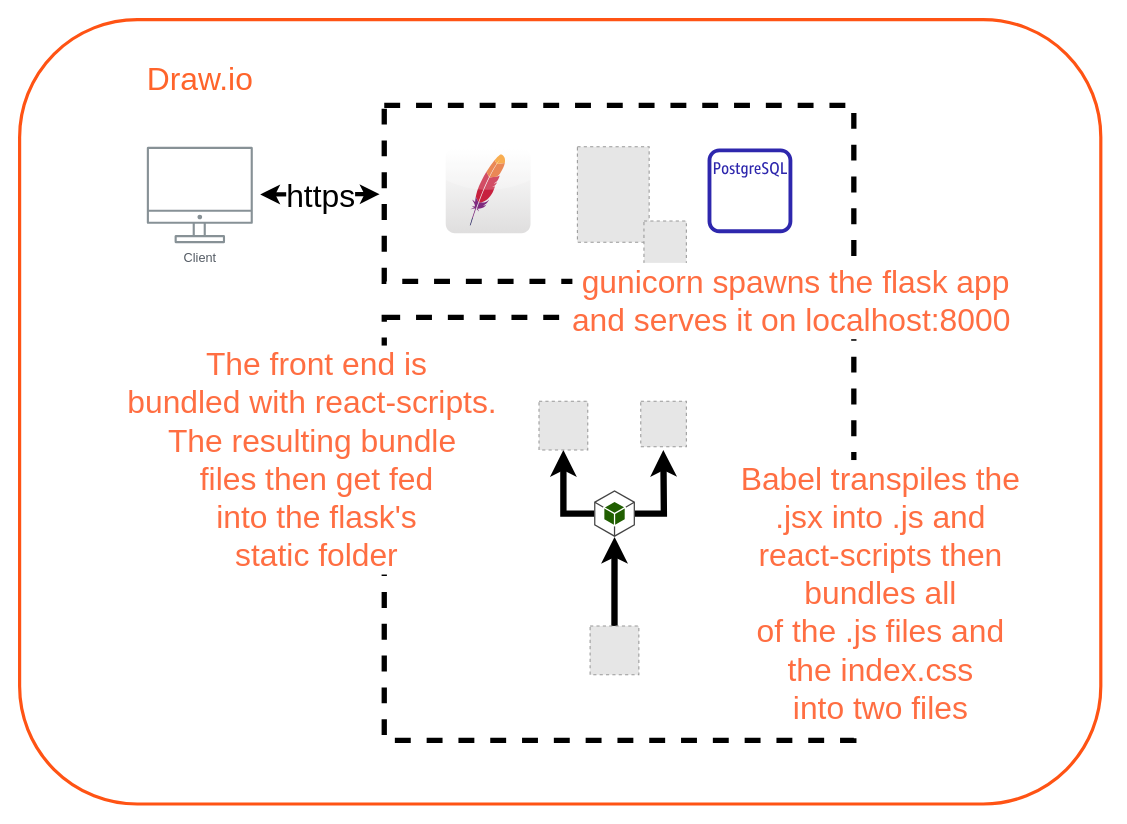
Earlier version of the draw.io diagram arch.drawio (hupratt/mealie). Source tidied: cells renumbered, new cells numbered last; positions are measured from the earlier drawing's top-left corner, leaving out a move shared by most shapes. Both pictures are drawn from the tidied source at 106%, with x=0, y=0 at pixel (19, 19). Pictures stored in the file or linked from it are replaced by grey dashed boxes.
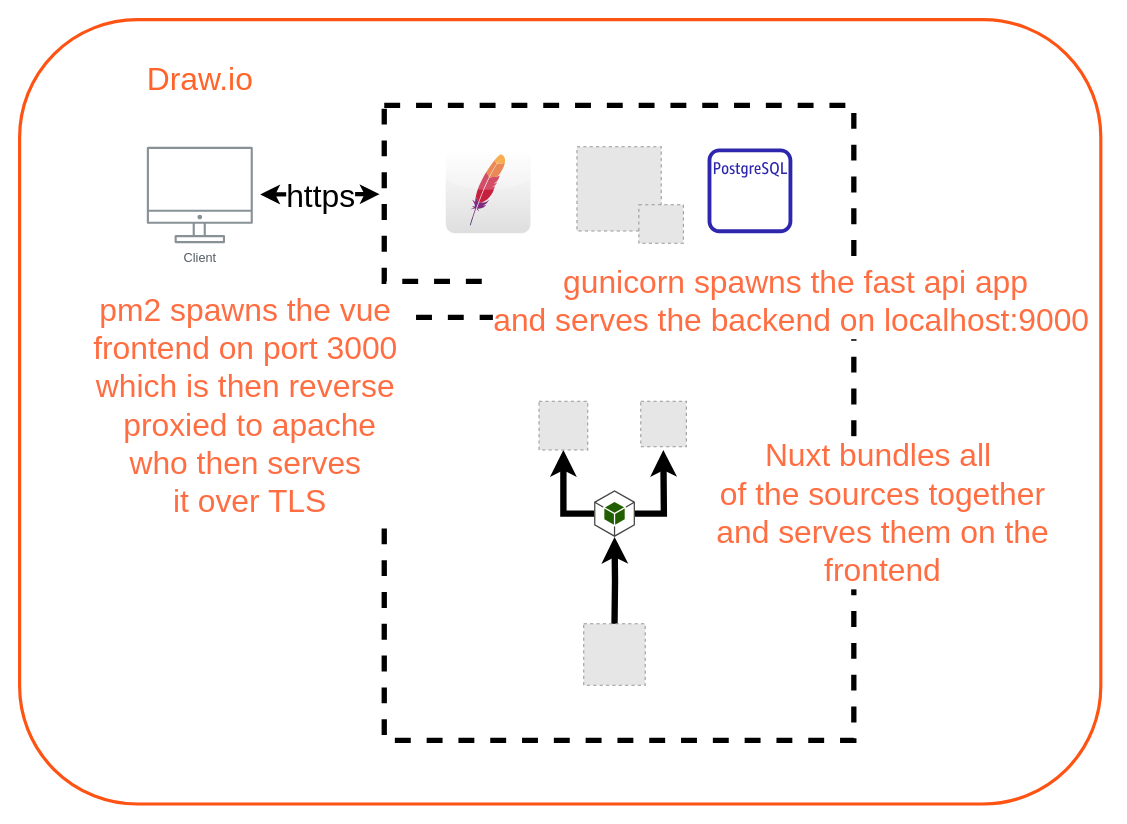
The same page after the edit.

Unchanged cells that the change refers to:
```xml
<mxCell id="14" style="outlineConnect=0;dashed=0;verticalLabelPosition=bottom;verticalAlign=top;align=center;html=1;shape=mxgraph.aws3.android;fillColor=#205E00;gradientColor=none;" parent="1" vertex="1">
  <mxGeometry x="542" y="444" width="38.5" height="44" as="geometry" />
</mxCell>
```

What changed in the source:
```diff
@@
-    <mxCell id="4" style="fillColor=#E6E6E6;strokeColor=#999999;dashed=1;verticalLabelPosition=bottom;labelBackgroundColor=default;verticalAlign=top;" parent="1" vertex="1">
-      <mxGeometry x="526.2" y="120" width="67.7" height="90" as="geometry" />
-    </mxCell>
@@
-    <mxCell id="16" style="edgeStyle=orthogonalEdgeStyle;rounded=0;jettySize=auto;html=1;exitX=0.5;exitY=0;exitDx=0;exitDy=0;entryX=0.5;entryY=1;entryDx=0;entryDy=0;entryPerimeter=0;fontSize=30;fontColor=#FF6E42;strokeWidth=6;" parent="1" edge="1" source="17" target="14">
-      <mxGeometry relative="1" as="geometry" />
+    <mxCell id="16" style="edgeStyle=orthogonalEdgeStyle;rounded=0;jettySize=auto;html=1;exitX=0.5;exitY=0;exitDx=0;exitDy=0;entryX=0.5;entryY=1;entryDx=0;entryDy=0;entryPerimeter=0;fontSize=30;fontColor=#FF6E42;strokeWidth=6;" parent="1" edge="1" target="14">
+      <mxGeometry relative="1" as="geometry">
+        <mxPoint x="561.2" y="572" as="sourcePoint" />
+      </mxGeometry>
     </mxCell>
-    <mxCell id="17" style="fillColor=#E6E6E6;strokeColor=#999999;dashed=1;html=1;verticalAlign=top;verticalLabelPosition=bottom;labelBackgroundColor=#ffffff;" parent="1" vertex="1">
-      <mxGeometry x="538.2" y="572" width="46" height="46" as="geometry" />
-    </mxCell>
-    <mxCell id="18" value="&lt;div style=&quot;font-size: 30px;&quot;&gt;&lt;font style=&quot;font-size: 30px;&quot; color=&quot;#FF6E42&quot;&gt;Babel transpiles the &lt;br&gt;&lt;/font&gt;&lt;/div&gt;&lt;div style=&quot;font-size: 30px;&quot;&gt;&lt;font style=&quot;font-size: 30px;&quot; color=&quot;#FF6E42&quot;&gt;.jsx into .js and &lt;br&gt;&lt;/font&gt;&lt;/div&gt;&lt;div style=&quot;font-size: 30px;&quot;&gt;&lt;font style=&quot;font-size: 30px;&quot; color=&quot;#FF6E42&quot;&gt;react-scripts then &lt;br&gt;&lt;/font&gt;&lt;/div&gt;&lt;div style=&quot;font-size: 30px;&quot;&gt;&lt;font style=&quot;font-size: 30px;&quot; color=&quot;#FF6E42&quot;&gt;bundles all &lt;br&gt;&lt;/font&gt;&lt;/div&gt;&lt;div style=&quot;font-size: 30px;&quot;&gt;&lt;font style=&quot;font-size: 30px;&quot; color=&quot;#FF6E42&quot;&gt;of the .js files and &lt;br&gt;&lt;/font&gt;&lt;/div&gt;&lt;div style=&quot;font-size: 30px;&quot;&gt;&lt;font style=&quot;font-size: 30px;&quot; color=&quot;#FF6E42&quot;&gt;the index.css&lt;br&gt;&lt;/font&gt;&lt;/div&gt;&lt;div style=&quot;font-size: 30px;&quot;&gt;&lt;font style=&quot;font-size: 30px;&quot; color=&quot;#FF6E42&quot;&gt;into two files&lt;/font&gt;&lt;/div&gt;" style="text;html=1;align=center;verticalAlign=middle;strokeColor=none;fillColor=none;fontColor=#FF6E42;labelBackgroundColor=default;" parent="1" vertex="1">
-      <mxGeometry x="667" y="406" width="290" height="270" as="geometry" />
+    <mxCell id="18" value="&lt;div style=&quot;font-size: 30px;&quot;&gt;Nuxt bundles all&amp;nbsp;&lt;/div&gt;&lt;div style=&quot;font-size: 30px;&quot;&gt;of the sources together&lt;/div&gt;&lt;div style=&quot;font-size: 30px;&quot;&gt;and serves them on the&lt;/div&gt;&lt;div style=&quot;font-size: 30px;&quot;&gt;frontend&lt;/div&gt;" style="text;html=1;align=center;verticalAlign=middle;strokeColor=none;fillColor=none;fontColor=#FF6E42;labelBackgroundColor=default;" parent="1" vertex="1">
+      <mxGeometry x="644" y="385" width="340" height="160" as="geometry" />
     </mxCell>
-    <mxCell id="19" value="&lt;div&gt;&lt;font style=&quot;font-size: 30px;&quot;&gt;The front end is &lt;br&gt;&lt;/font&gt;&lt;/div&gt;&lt;div&gt;&lt;span style=&quot;font-size: 30px;&quot;&gt;bundled with react-scripts.&amp;nbsp;&lt;/span&gt;&lt;/div&gt;&lt;div&gt;&lt;span style=&quot;font-size: 30px;&quot;&gt;The resulting bundle&amp;nbsp;&lt;/span&gt;&lt;br&gt;&lt;/div&gt;&lt;div&gt;&lt;font style=&quot;font-size: 30px;&quot;&gt;files then get fed &lt;br&gt;&lt;/font&gt;&lt;/div&gt;&lt;div&gt;&lt;font style=&quot;font-size: 30px;&quot;&gt;into the flask's&lt;/font&gt;&lt;/div&gt;&lt;div&gt;&lt;font style=&quot;font-size: 30px;&quot;&gt;static folder&lt;/font&gt;&lt;/div&gt;" style="text;html=1;align=center;verticalAlign=middle;strokeColor=none;fillColor=none;fontColor=#FF6E42;labelBackgroundColor=default;" parent="1" vertex="1">
-      <mxGeometry x="90" y="300" width="380" height="230" as="geometry" />
-    </mxCell>
@@
-    <mxCell id="21" style="fillColor=#E6E6E6;strokeColor=#999999;dashed=1;html=1;verticalAlign=top;verticalLabelPosition=bottom;labelBackgroundColor=#ffffff;" parent="1" vertex="1">
-      <mxGeometry x="589" y="190" width="40" height="40" as="geometry" />
-    </mxCell>
-    <mxCell id="22" value="&lt;div style=&quot;font-size: 30px;&quot;&gt;gunicorn spawns the flask app&lt;/div&gt;&lt;div style=&quot;font-size: 30px;&quot;&gt;and serves it on localhost:8000&amp;nbsp;&lt;/div&gt;" style="text;html=1;align=center;verticalAlign=middle;strokeColor=none;fillColor=none;fontColor=#FF6E42;labelBackgroundColor=default;" parent="1" vertex="1">
-      <mxGeometry x="507" y="220" width="450" height="90" as="geometry" />
+    <mxCell id="22" value="&lt;div style=&quot;font-size: 30px;&quot;&gt;gunicorn spawns the fast api app&lt;/div&gt;&lt;div style=&quot;font-size: 30px;&quot;&gt;and serves the backend on localhost:9000&amp;nbsp;&lt;/div&gt;" style="text;html=1;align=center;verticalAlign=middle;strokeColor=none;fillColor=none;fontColor=#FF6E42;labelBackgroundColor=default;" parent="1" vertex="1">
+      <mxGeometry x="437" y="220" width="590" height="90" as="geometry" />
     </mxCell>
+    <mxCell id="23" style="fillColor=#E6E6E6;strokeColor=#999999;dashed=1;verticalLabelPosition=bottom;labelBackgroundColor=default;verticalAlign=top;" parent="1" vertex="1">
+      <mxGeometry x="525.8" y="120" width="79.5" height="79.5" as="geometry" />
+    </mxCell>
+    <mxCell id="24" style="fillColor=#E6E6E6;strokeColor=#999999;dashed=1;verticalLabelPosition=bottom;labelBackgroundColor=default;verticalAlign=top;" parent="1" vertex="1">
+      <mxGeometry x="584.2" y="174.6" width="42" height="36.4" as="geometry" />
+    </mxCell>
+    <mxCell id="25" value="&lt;div style=&quot;font-size: 30px;&quot;&gt;pm2 spawns the vue&amp;nbsp;&lt;/div&gt;&lt;div style=&quot;font-size: 30px;&quot;&gt;frontend on port 3000&amp;nbsp;&lt;/div&gt;&lt;div style=&quot;font-size: 30px;&quot;&gt;which is then reverse&amp;nbsp;&lt;/div&gt;&lt;div style=&quot;font-size: 30px;&quot;&gt;proxied to apache&lt;/div&gt;&lt;div style=&quot;font-size: 30px;&quot;&gt;who then serves&amp;nbsp;&lt;/div&gt;&lt;div style=&quot;font-size: 30px;&quot;&gt;it over TLS&lt;/div&gt;" style="text;html=1;align=center;verticalAlign=middle;strokeColor=none;fillColor=none;fontColor=#FF6E42;labelBackgroundColor=default;" parent="1" vertex="1">
+      <mxGeometry x="57" y="249" width="320" height="230" as="geometry" />
+    </mxCell>
+    <mxCell id="26" style="fillColor=#E6E6E6;strokeColor=#999999;dashed=1;html=1;verticalAlign=top;verticalLabelPosition=bottom;labelBackgroundColor=#ffffff;" parent="1" vertex="1">
+      <mxGeometry x="532.2" y="570" width="58" height="58" as="geometry" />
+    </mxCell>
```
